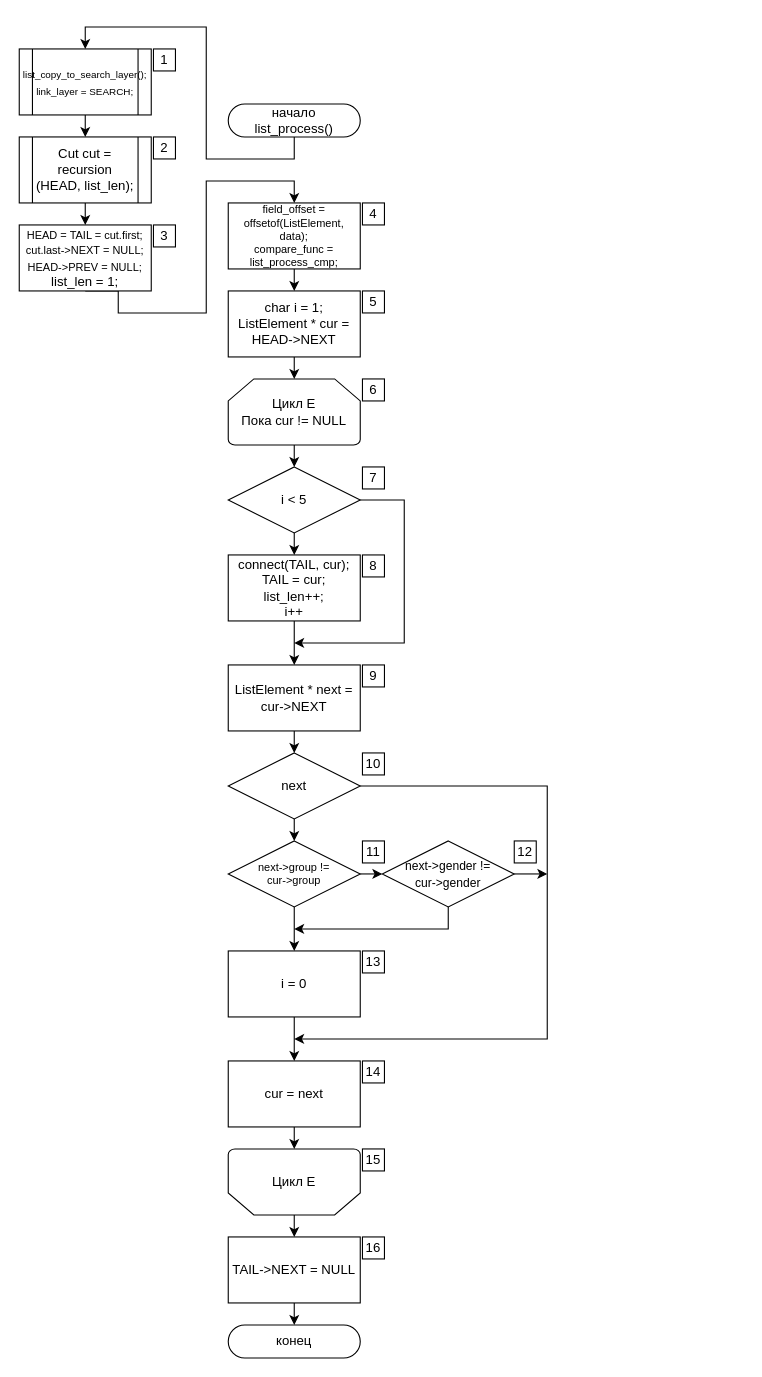
Before: ПЗ/Diagrams/list_process.drawio in Killfrra/AnP, a draw.io diagram. Source tidied: cells renumbered, new cells numbered last; positions are measured from the earlier drawing's top-left corner, leaving out a move shared by most shapes. Both pictures are drawn from the tidied source at 110%, with x=0, y=0 at pixel (19, 26).
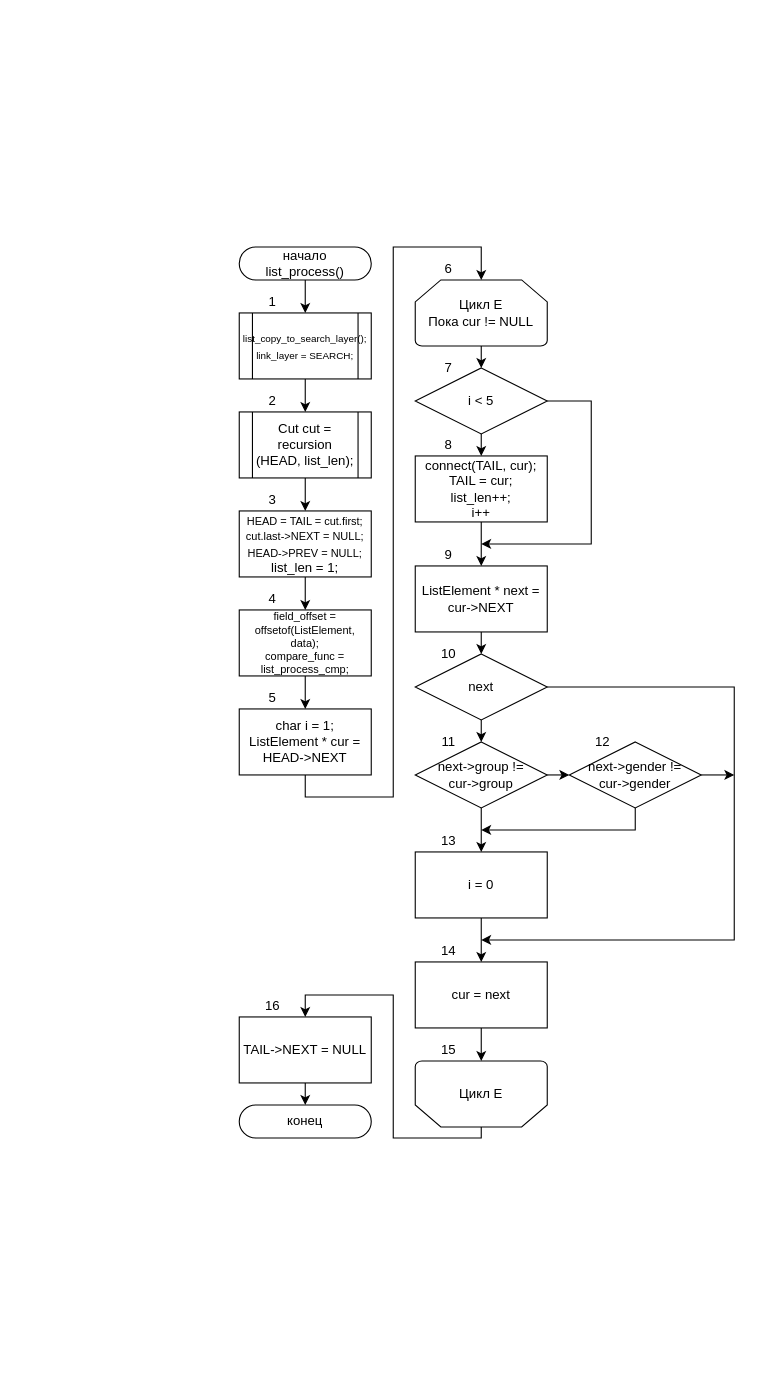
Above is the later version.

Diff of the diagram source:
```diff
@@
-    <mxCell id="2" style="edgeStyle=orthogonalEdgeStyle;rounded=0;jettySize=auto;html=1;exitX=0.5;exitY=1;exitDx=0;exitDy=0;entryX=0.5;entryY=0;entryDx=0;entryDy=0;endSize=6;fontSize=12;" parent="1" edge="1" source="3" target="28">
-      <mxGeometry relative="1" as="geometry">
-        <Array as="points">
-          <mxPoint x="250" y="120" />
-          <mxPoint x="170" y="120" />
-          <mxPoint x="170" />
-          <mxPoint x="60" />
-        </Array>
-      </mxGeometry>
+    <mxCell id="2" style="edgeStyle=orthogonalEdgeStyle;rounded=0;jettySize=auto;html=1;exitX=0.5;exitY=1;exitDx=0;exitDy=0;entryX=0.5;entryY=0;entryDx=0;entryDy=0;" parent="1" edge="1" source="3" target="28">
+      <mxGeometry relative="1" as="geometry" />
     </mxCell>
     <mxCell id="3" value="начало&lt;br&gt;list_process()" style="rounded=1;whiteSpace=wrap;html=1;arcSize=50;" parent="1" vertex="1">
-      <mxGeometry x="190" y="70" width="120" height="30" as="geometry" />
+      <mxGeometry x="200" y="200" width="120" height="30" as="geometry" />
     </mxCell>
     <mxCell id="4" value="конец" style="rounded=1;whiteSpace=wrap;html=1;arcSize=50;" parent="1" vertex="1">
-      <mxGeometry x="190" y="1180" width="120" height="30" as="geometry" />
+      <mxGeometry x="200" y="980" width="120" height="30" as="geometry" />
     </mxCell>
     <mxCell id="5" value="TAIL-&gt;NEXT = NULL" style="rounded=0;whiteSpace=wrap;html=1;" parent="1" vertex="1">
-      <mxGeometry x="190" y="1100" width="120" height="60" as="geometry" />
+      <mxGeometry x="200" y="900" width="120" height="60" as="geometry" />
     </mxCell>
@@
     <mxCell id="7" value="Цикл E&lt;br&gt;Пока cur != NULL" style="strokeWidth=1;html=1;shape=mxgraph.flowchart.loop_limit;whiteSpace=wrap;flipV=0;" parent="1" vertex="1">
-      <mxGeometry x="190" y="320" width="120" height="60" as="geometry" />
+      <mxGeometry x="360" y="230" width="120" height="60" as="geometry" />
     </mxCell>
     <mxCell id="8" value="Цикл E" style="strokeWidth=1;html=1;shape=mxgraph.flowchart.loop_limit;whiteSpace=wrap;flipV=1;" parent="1" vertex="1">
-      <mxGeometry x="190" y="1020" width="120" height="60" as="geometry" />
+      <mxGeometry x="360" y="940" width="120" height="60" as="geometry" />
     </mxCell>
     <mxCell id="9" value="cur = next" style="rounded=0;whiteSpace=wrap;html=1;" parent="1" vertex="1">
-      <mxGeometry x="190" y="940" width="120" height="60" as="geometry" />
+      <mxGeometry x="360" y="850" width="120" height="60" as="geometry" />
     </mxCell>
@@
     <mxCell id="12" value="next" style="rhombus;whiteSpace=wrap;html=1;rounded=0;" parent="1" vertex="1">
-      <mxGeometry x="190" y="660" width="120" height="60" as="geometry" />
+      <mxGeometry x="360" y="570" width="120" height="60" as="geometry" />
     </mxCell>
     <mxCell id="13" value="i = 0" style="rounded=0;whiteSpace=wrap;html=1;" parent="1" vertex="1">
-      <mxGeometry x="190" y="840" width="120" height="60" as="geometry" />
+      <mxGeometry x="360" y="750" width="120" height="60" as="geometry" />
     </mxCell>
@@
     <mxCell id="15" style="edgeStyle=orthogonalEdgeStyle;rounded=0;jettySize=auto;html=1;exitX=1;exitY=0.5;exitDx=0;exitDy=0;" parent="1" edge="1" source="12">
       <mxGeometry relative="1" as="geometry">
-        <mxPoint x="250" y="920" as="targetPoint" />
+        <mxPoint x="420" y="830" as="targetPoint" />
         <Array as="points">
-          <mxPoint x="480" y="690" />
-          <mxPoint x="480" y="920" />
+          <mxPoint x="650" y="600" />
+          <mxPoint x="650" y="830" />
         </Array>
       </mxGeometry>
     </mxCell>
     <mxCell id="16" value="ListElement * next = cur-&gt;NEXT" style="rounded=0;whiteSpace=wrap;html=1;" parent="1" vertex="1">
-      <mxGeometry x="190" y="580" width="120" height="60" as="geometry" />
+      <mxGeometry x="360" y="490" width="120" height="60" as="geometry" />
     </mxCell>
@@
     <mxCell id="18" value="i &lt; 5" style="rhombus;whiteSpace=wrap;html=1;rounded=0;" parent="1" vertex="1">
-      <mxGeometry x="190" y="400" width="120" height="60" as="geometry" />
+      <mxGeometry x="360" y="310" width="120" height="60" as="geometry" />
     </mxCell>
     <mxCell id="19" value="connect(TAIL, cur);&lt;br&gt;TAIL = cur;&lt;br&gt;list_len++;&lt;br&gt;i++" style="rounded=0;whiteSpace=wrap;html=1;" parent="1" vertex="1">
-      <mxGeometry x="190" y="480" width="120" height="60" as="geometry" />
+      <mxGeometry x="360" y="390" width="120" height="60" as="geometry" />
     </mxCell>
@@
     <mxCell id="22" style="edgeStyle=orthogonalEdgeStyle;rounded=0;jettySize=auto;html=1;exitX=1;exitY=0.5;exitDx=0;exitDy=0;" parent="1" edge="1" source="18">
       <mxGeometry relative="1" as="geometry">
-        <mxPoint x="250" y="560" as="targetPoint" />
+        <mxPoint x="420" y="470" as="targetPoint" />
         <Array as="points">
-          <mxPoint x="350" y="430" />
-          <mxPoint x="350" y="560" />
+          <mxPoint x="520" y="340" />
+          <mxPoint x="520" y="470" />
         </Array>
       </mxGeometry>
     </mxCell>
@@
     <mxCell id="24" style="edgeStyle=orthogonalEdgeStyle;rounded=0;jettySize=auto;html=1;exitX=0.5;exitY=1;exitDx=0;exitDy=0;entryX=0.5;entryY=0;entryDx=0;entryDy=0;" parent="1" edge="1" source="8" target="5">
-      <mxGeometry relative="1" as="geometry" />
+      <mxGeometry relative="1" as="geometry">
+        <Array as="points">
+          <mxPoint x="420" y="1010" />
+          <mxPoint x="340" y="1010" />
+          <mxPoint x="340" y="880" />
+          <mxPoint x="260" y="880" />
+        </Array>
+      </mxGeometry>
     </mxCell>
     <mxCell id="25" value="char i = 1;&lt;br&gt;ListElement * cur = HEAD-&amp;gt;NEXT" style="rounded=0;whiteSpace=wrap;html=1;" parent="1" vertex="1">
-      <mxGeometry x="190" y="240" width="120" height="60" as="geometry" />
+      <mxGeometry x="200" y="620" width="120" height="60" as="geometry" />
     </mxCell>
     <mxCell id="26" style="edgeStyle=orthogonalEdgeStyle;rounded=0;jettySize=auto;html=1;exitX=0.5;exitY=1;exitDx=0;exitDy=0;entryX=0.5;entryY=0;entryDx=0;entryDy=0;" parent="1" edge="1" source="25" target="7">
-      <mxGeometry relative="1" as="geometry" />
+      <mxGeometry relative="1" as="geometry">
+        <Array as="points">
+          <mxPoint x="260" y="700" />
+          <mxPoint x="340" y="700" />
+          <mxPoint x="340" y="200" />
+          <mxPoint x="420" y="200" />
+        </Array>
+      </mxGeometry>
     </mxCell>
@@
     <mxCell id="28" value="&lt;font style=&quot;font-size: 9px&quot;&gt;list_copy_to_search_layer();&lt;br&gt;link_layer = SEARCH;&lt;/font&gt;" style="shape=process;whiteSpace=wrap;html=1;backgroundOutline=1;fontFamily=Helvetica;fontSize=12;fontColor=#000000;align=center;strokeColor=#000000;fillColor=#ffffff;" parent="1" vertex="1">
-      <mxGeometry y="20" width="120" height="60" as="geometry" />
+      <mxGeometry x="200" y="260" width="120" height="60" as="geometry" />
     </mxCell>
@@
     <mxCell id="30" value="&lt;span&gt;Cut cut =&lt;br&gt;recursion&lt;br&gt;(HEAD, list_len);&lt;/span&gt;" style="shape=process;whiteSpace=wrap;html=1;backgroundOutline=1;fontSize=12;" parent="1" vertex="1">
-      <mxGeometry y="100" width="120" height="60" as="geometry" />
+      <mxGeometry x="200" y="350" width="120" height="60" as="geometry" />
     </mxCell>
-    <mxCell id="31" style="edgeStyle=orthogonalEdgeStyle;rounded=0;jettySize=auto;html=1;exitX=0.5;exitY=1;exitDx=0;exitDy=0;entryX=0.5;entryY=0;entryDx=0;entryDy=0;endSize=6;fontSize=12;" parent="1" edge="1" source="32" target="34">
-      <mxGeometry relative="1" as="geometry">
-        <Array as="points">
-          <mxPoint x="90" y="260" />
-          <mxPoint x="170" y="260" />
-          <mxPoint x="170" y="140" />
-          <mxPoint x="250" y="140" />
-        </Array>
-      </mxGeometry>
+    <mxCell id="31" style="edgeStyle=orthogonalEdgeStyle;rounded=0;jettySize=auto;html=1;exitX=0.5;exitY=1;exitDx=0;exitDy=0;entryX=0.5;entryY=0;entryDx=0;entryDy=0;" parent="1" edge="1" source="32" target="34">
+      <mxGeometry relative="1" as="geometry" />
     </mxCell>
     <mxCell id="32" value="&lt;font style=&quot;font-size: 10px&quot;&gt;&lt;span&gt;HEAD = TAIL = cut.first;&lt;/span&gt;&lt;br&gt;&lt;span&gt;cut.last-&amp;gt;NEXT = NULL;&lt;/span&gt;&lt;br&gt;&lt;span&gt;HEAD-&amp;gt;PREV = NULL;&lt;br&gt;&lt;/span&gt;&lt;span style=&quot;font-size: 12px&quot;&gt;list_len = 1;&lt;/span&gt;&lt;span&gt;&lt;br&gt;&lt;/span&gt;&lt;/font&gt;" style="rounded=0;whiteSpace=wrap;html=1;fontSize=12;" parent="1" vertex="1">
-      <mxGeometry y="180" width="120" height="60" as="geometry" />
+      <mxGeometry x="200" y="440" width="120" height="60" as="geometry" />
     </mxCell>
@@
     <mxCell id="34" value="&lt;font style=&quot;font-size: 10px&quot;&gt;field_offset = offsetof(ListElement, data);&lt;br&gt;compare_func = list_process_cmp;&lt;/font&gt;" style="rounded=0;whiteSpace=wrap;html=1;fontSize=10;" parent="1" vertex="1">
-      <mxGeometry x="190" y="160" width="120" height="60" as="geometry" />
+      <mxGeometry x="200" y="530" width="120" height="60" as="geometry" />
     </mxCell>
@@
-    <mxCell id="37" value="next-&amp;gt;group !=&lt;br&gt;cur-&amp;gt;group" style="rhombus;whiteSpace=wrap;html=1;rounded=0;fontSize=10;" parent="1" vertex="1">
-      <mxGeometry x="190" y="740" width="120" height="60" as="geometry" />
+    <mxCell id="37" value="&lt;font style=&quot;font-size: 12px&quot;&gt;next-&amp;gt;group !=&lt;br&gt;cur-&amp;gt;group&lt;/font&gt;" style="rhombus;whiteSpace=wrap;html=1;rounded=0;fontSize=10;" parent="1" vertex="1">
+      <mxGeometry x="360" y="650" width="120" height="60" as="geometry" />
     </mxCell>
     <mxCell id="38" style="edgeStyle=orthogonalEdgeStyle;rounded=0;jettySize=auto;html=1;exitX=0.5;exitY=1;exitDx=0;exitDy=0;endSize=6;fontSize=10;" parent="1" edge="1" source="40">
       <mxGeometry relative="1" as="geometry">
-        <mxPoint x="250" y="820" as="targetPoint" />
+        <mxPoint x="420" y="730" as="targetPoint" />
         <Array as="points">
-          <mxPoint x="390" y="820" />
+          <mxPoint x="560" y="730" />
         </Array>
       </mxGeometry>
     </mxCell>
     <mxCell id="39" style="edgeStyle=orthogonalEdgeStyle;rounded=0;jettySize=auto;html=1;endSize=6;fontSize=10;" parent="1" edge="1" source="40">
       <mxGeometry relative="1" as="geometry">
-        <mxPoint x="480" y="770" as="targetPoint" />
+        <mxPoint x="650" y="680" as="targetPoint" />
       </mxGeometry>
     </mxCell>
-    <mxCell id="40" value="&lt;font style=&quot;font-size: 11px&quot;&gt;next-&amp;gt;gender !=&lt;br&gt;cur-&amp;gt;gender&lt;/font&gt;" style="rhombus;whiteSpace=wrap;html=1;rounded=0;" parent="1" vertex="1">
-      <mxGeometry x="330" y="740" width="120" height="60" as="geometry" />
+    <mxCell id="40" value="&lt;font style=&quot;font-size: 12px&quot;&gt;next-&amp;gt;gender !=&lt;br&gt;cur-&amp;gt;gender&lt;/font&gt;" style="rhombus;whiteSpace=wrap;html=1;rounded=0;" parent="1" vertex="1">
+      <mxGeometry x="500" y="650" width="120" height="60" as="geometry" />
     </mxCell>
-    <mxCell id="41" value="1" style="whiteSpace=wrap;html=1;" parent="1" vertex="1">
-      <mxGeometry x="122" y="20" width="20" height="20" as="geometry" />
+    <mxCell id="41" value="1" style="text;html=1;align=center;verticalAlign=middle;" parent="1" vertex="1">
+      <mxGeometry x="220" y="240" width="20" height="20" as="geometry" />
     </mxCell>
-    <mxCell id="42" value="2" style="whiteSpace=wrap;html=1;" parent="1" vertex="1">
-      <mxGeometry x="122" y="100" width="20" height="20" as="geometry" />
+    <mxCell id="42" value="2" style="text;html=1;align=center;verticalAlign=middle;" parent="1" vertex="1">
+      <mxGeometry x="220" y="330" width="20" height="20" as="geometry" />
     </mxCell>
-    <mxCell id="43" value="3" style="whiteSpace=wrap;html=1;" parent="1" vertex="1">
-      <mxGeometry x="122" y="180" width="20" height="20" as="geometry" />
+    <mxCell id="43" value="3" style="text;html=1;align=center;verticalAlign=middle;" parent="1" vertex="1">
+      <mxGeometry x="220" y="420" width="20" height="20" as="geometry" />
     </mxCell>
-    <mxCell id="44" value="4" style="whiteSpace=wrap;html=1;" parent="1" vertex="1">
-      <mxGeometry x="312" y="160" width="20" height="20" as="geometry" />
+    <mxCell id="44" value="4" style="text;html=1;align=center;verticalAlign=middle;" parent="1" vertex="1">
+      <mxGeometry x="220" y="510" width="20" height="20" as="geometry" />
     </mxCell>
-    <mxCell id="45" value="5" style="whiteSpace=wrap;html=1;" parent="1" vertex="1">
-      <mxGeometry x="312" y="240" width="20" height="20" as="geometry" />
+    <mxCell id="45" value="5" style="text;html=1;align=center;verticalAlign=middle;" parent="1" vertex="1">
+      <mxGeometry x="220" y="600" width="20" height="20" as="geometry" />
     </mxCell>
-    <mxCell id="46" value="6" style="whiteSpace=wrap;html=1;" parent="1" vertex="1">
-      <mxGeometry x="312" y="320" width="20" height="20" as="geometry" />
+    <mxCell id="46" value="6" style="text;html=1;align=center;verticalAlign=middle;" parent="1" vertex="1">
+      <mxGeometry x="380" y="210" width="20" height="20" as="geometry" />
     </mxCell>
-    <mxCell id="47" value="7" style="whiteSpace=wrap;html=1;" parent="1" vertex="1">
-      <mxGeometry x="312" y="400" width="20" height="20" as="geometry" />
+    <mxCell id="47" value="7" style="text;html=1;align=center;verticalAlign=middle;" parent="1" vertex="1">
+      <mxGeometry x="380" y="300" width="20" height="20" as="geometry" />
     </mxCell>
-    <mxCell id="48" value="8" style="whiteSpace=wrap;html=1;" parent="1" vertex="1">
-      <mxGeometry x="312" y="480" width="20" height="20" as="geometry" />
+    <mxCell id="48" value="8" style="text;html=1;align=center;verticalAlign=middle;" parent="1" vertex="1">
+      <mxGeometry x="380" y="370" width="20" height="20" as="geometry" />
     </mxCell>
-    <mxCell id="49" value="9" style="whiteSpace=wrap;html=1;" parent="1" vertex="1">
-      <mxGeometry x="312" y="580" width="20" height="20" as="geometry" />
+    <mxCell id="49" value="9" style="text;html=1;align=center;verticalAlign=middle;" parent="1" vertex="1">
+      <mxGeometry x="380" y="470" width="20" height="20" as="geometry" />
     </mxCell>
-    <mxCell id="50" value="10" style="whiteSpace=wrap;html=1;" parent="1" vertex="1">
-      <mxGeometry x="312" y="660" width="20" height="20" as="geometry" />
+    <mxCell id="50" value="10" style="text;html=1;align=center;verticalAlign=middle;" parent="1" vertex="1">
+      <mxGeometry x="375" y="560" width="30" height="20" as="geometry" />
     </mxCell>
-    <mxCell id="51" value="11" style="whiteSpace=wrap;html=1;" parent="1" vertex="1">
-      <mxGeometry x="312" y="740" width="20" height="20" as="geometry" />
+    <mxCell id="51" value="11" style="text;html=1;align=center;verticalAlign=middle;" parent="1" vertex="1">
+      <mxGeometry x="375" y="640" width="30" height="20" as="geometry" />
     </mxCell>
-    <mxCell id="52" value="12" style="whiteSpace=wrap;html=1;" parent="1" vertex="1">
-      <mxGeometry x="450" y="740" width="20" height="20" as="geometry" />
+    <mxCell id="52" value="12" style="text;html=1;align=center;verticalAlign=middle;" parent="1" vertex="1">
+      <mxGeometry x="515" y="640" width="30" height="20" as="geometry" />
     </mxCell>
-    <mxCell id="53" value="13" style="whiteSpace=wrap;html=1;" parent="1" vertex="1">
-      <mxGeometry x="312" y="840" width="20" height="20" as="geometry" />
+    <mxCell id="53" value="13" style="text;html=1;align=center;verticalAlign=middle;" parent="1" vertex="1">
+      <mxGeometry x="375" y="730" width="30" height="20" as="geometry" />
     </mxCell>
-    <mxCell id="54" value="14" style="whiteSpace=wrap;html=1;" parent="1" vertex="1">
-      <mxGeometry x="312" y="940" width="20" height="20" as="geometry" />
+    <mxCell id="54" value="14" style="text;html=1;align=center;verticalAlign=middle;" parent="1" vertex="1">
+      <mxGeometry x="375" y="830" width="30" height="20" as="geometry" />
     </mxCell>
-    <mxCell id="55" value="15" style="whiteSpace=wrap;html=1;" parent="1" vertex="1">
-      <mxGeometry x="312" y="1020" width="20" height="20" as="geometry" />
+    <mxCell id="55" value="15" style="text;html=1;align=center;verticalAlign=middle;" parent="1" vertex="1">
+      <mxGeometry x="375" y="920" width="30" height="20" as="geometry" />
     </mxCell>
-    <mxCell id="56" value="16" style="whiteSpace=wrap;html=1;" parent="1" vertex="1">
-      <mxGeometry x="312" y="1100" width="20" height="20" as="geometry" />
+    <mxCell id="56" value="16" style="text;html=1;align=center;verticalAlign=middle;" parent="1" vertex="1">
+      <mxGeometry x="215" y="880" width="30" height="20" as="geometry" />
     </mxCell>
```
